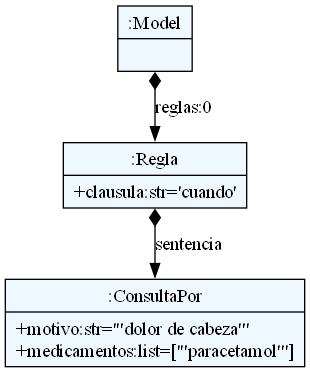
Patrick-beep-ui/KURE keeps this Graphviz diagram as dsl/ast.png. Above is the earlier version. Its source is kept beside it as dsl/ast.dot.
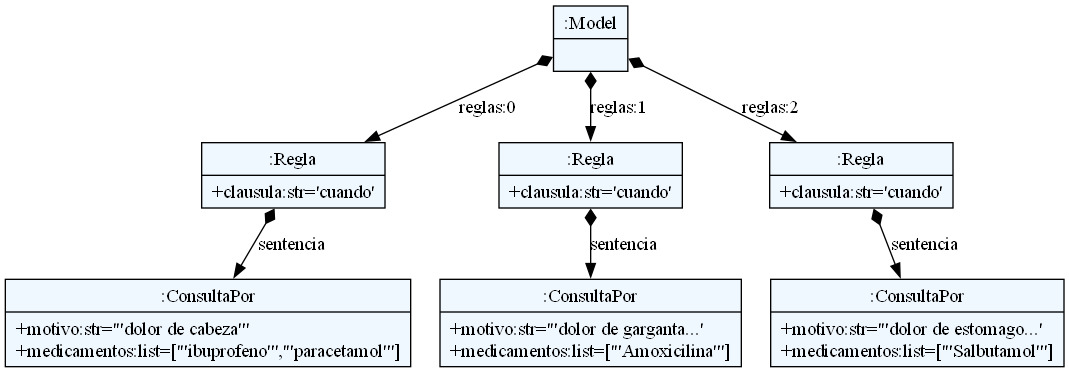
The same diagram one commit later.

Change to the diagram source:
```diff
@@ -10,10 +10,18 @@
     edge[dir=black,arrowtail=empty]
 
 
-2945849416384 -> 2945849416528 [label="reglas:0" arrowtail=diamond dir=both]
-2945849416528 -> 2945849354928 [label="sentencia" arrowtail=diamond dir=both]
-2945849354928[label="{:ConsultaPor|+motivo:str='\"dolor de cabeza\"'\l+medicamentos:list=['\"paracetamol\"']\l}"]
-2945849416528[label="{:Regla|+clausula:str='cuando'\l}"]
-2945849416384[label="{:Model|}"]
+3045420816608 -> 3045420816752 [label="reglas:0" arrowtail=diamond dir=both]
+3045420816752 -> 3045420816848 [label="sentencia" arrowtail=diamond dir=both]
+3045420816848[label="{:ConsultaPor|+motivo:str='\"dolor de cabeza\"'\l+medicamentos:list=['\"ibuprofeno\"','\"paracetamol\"']\l}"]
+3045420816752[label="{:Regla|+clausula:str='cuando'\l}"]
+3045420816608 -> 3045420755632 [label="reglas:1" arrowtail=diamond dir=both]
+3045420755632 -> 3045420816896 [label="sentencia" arrowtail=diamond dir=both]
+3045420816896[label="{:ConsultaPor|+motivo:str='\"dolor de garganta\...'\l+medicamentos:list=['\"Amoxicilina\"']\l}"]
+3045420755632[label="{:Regla|+clausula:str='cuando'\l}"]
+3045420816608 -> 3045420816800 [label="reglas:2" arrowtail=diamond dir=both]
+3045420816800 -> 3045420817040 [label="sentencia" arrowtail=diamond dir=both]
+3045420817040[label="{:ConsultaPor|+motivo:str='\"dolor de estomago\...'\l+medicamentos:list=['\"Salbutamol\"']\l}"]
+3045420816800[label="{:Regla|+clausula:str='cuando'\l}"]
+3045420816608[label="{:Model|}"]
 
 }
```
